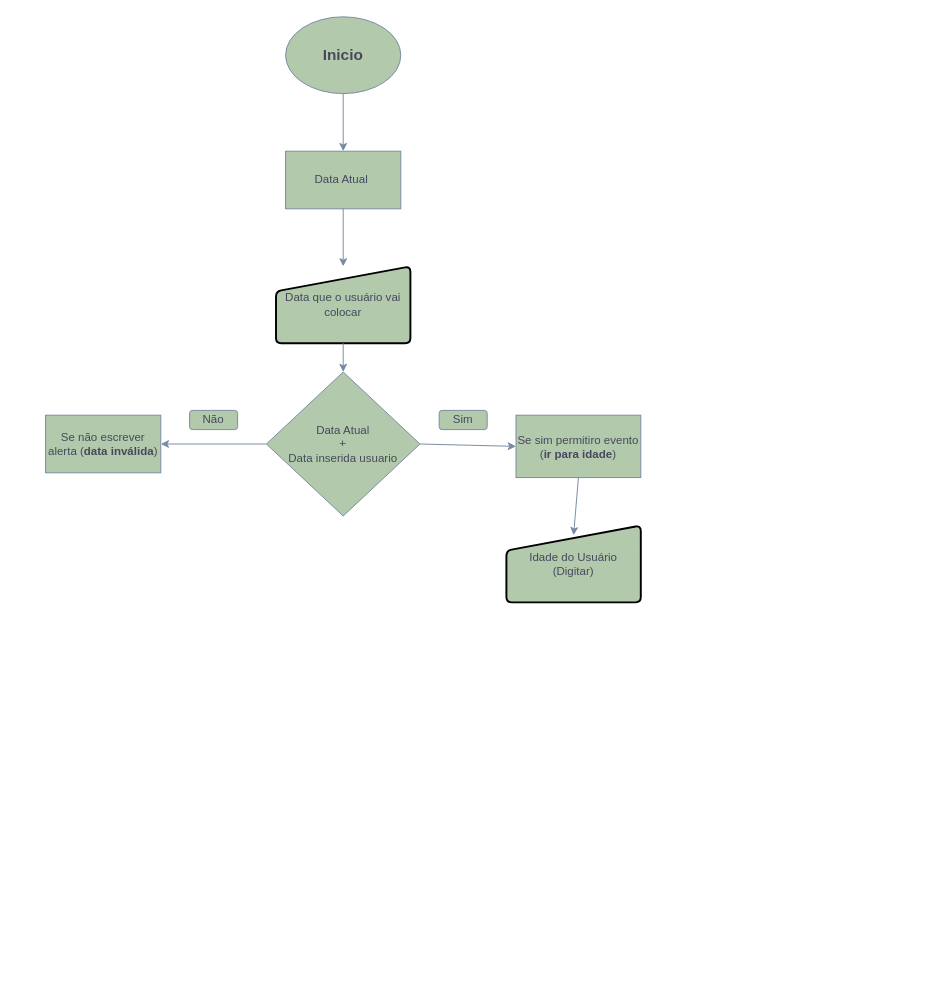
Above: Diagrama sem nome.drawio in lrlacerda/Desenvolvimento-de-algoritmo-UC8 (draw.io), before the change. Source tidied: cells renumbered, new cells numbered last; positions are measured from the earlier drawing's top-left corner, leaving out a move shared by most shapes. Both pictures are drawn from the tidied source at 96%, with x=0, y=0 at pixel (45, 16).
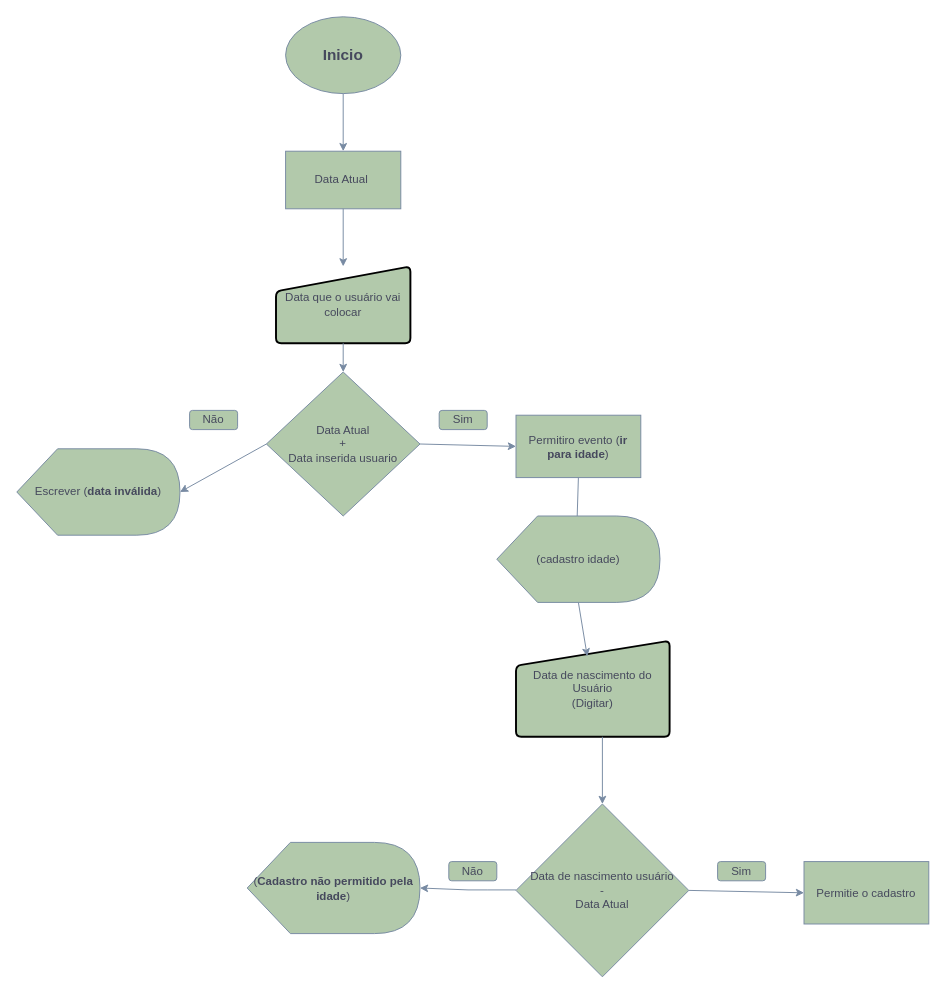
After the change.

Unchanged cells that the change refers to:
```xml
<mxCell id="7" value="Data Atual&lt;br&gt;+&lt;br&gt;Data inserida usuario" style="rhombus;whiteSpace=wrap;html=1;fontColor=#46495D;strokeColor=#788AA3;fillColor=#B2C9AB;" parent="1" vertex="1">
  <mxGeometry x="230" y="370" width="160" height="150" as="geometry" />
</mxCell>
```

Diff of the diagram source:
```diff
@@
-    <mxCell id="9" value="Se sim permitiro evento (&lt;b&gt;ir para idade&lt;/b&gt;)" style="rounded=0;whiteSpace=wrap;html=1;fontColor=#46495D;strokeColor=#788AA3;fillColor=#B2C9AB;" parent="1" vertex="1">
+    <mxCell id="9" value="Permitiro evento (&lt;b&gt;ir para idade&lt;/b&gt;)" style="rounded=0;whiteSpace=wrap;html=1;fontColor=#46495D;strokeColor=#788AA3;fillColor=#B2C9AB;" parent="1" vertex="1">
       <mxGeometry x="490" y="415" width="130" height="65" as="geometry" />
     </mxCell>
@@
-    <mxCell id="11" value="Se não escrever alerta (&lt;b&gt;data inválida&lt;/b&gt;)" style="rounded=0;whiteSpace=wrap;html=1;fontColor=#46495D;strokeColor=#788AA3;fillColor=#B2C9AB;" parent="1" vertex="1">
-      <mxGeometry y="415" width="120" height="60" as="geometry" />
-    </mxCell>
-    <mxCell id="12" style="endArrow=classic;html=1;rounded=0;fontColor=#46495D;strokeColor=#788AA3;fillColor=#B2C9AB;entryX=1;entryY=0.5;entryDx=0;entryDy=0;exitX=0;exitY=0.5;exitDx=0;exitDy=0;" parent="1" edge="1" source="7" target="11">
+    <mxCell id="12" style="endArrow=classic;html=1;rounded=0;fontColor=#46495D;strokeColor=#788AA3;fillColor=#B2C9AB;entryX=1;entryY=0.5;entryDx=0;entryDy=0;exitX=0;exitY=0.5;exitDx=0;exitDy=0;entryPerimeter=0;" parent="1" edge="1" source="7" target="19">
       <mxGeometry relative="1" as="geometry" />
     </mxCell>
@@
-    <mxCell id="15" value="Idade do Usuário&lt;br&gt;(Digitar)" style="html=1;strokeWidth=2;shape=manualInput;whiteSpace=wrap;rounded=1;size=26;arcSize=11;fontColor=#46495D;fillColor=#B2C9AB;" parent="1" vertex="1">
-      <mxGeometry x="480" y="530" width="140" height="80" as="geometry" />
+    <mxCell id="15" value="Data de nascimento do Usuário&lt;br&gt;(Digitar)" style="html=1;strokeWidth=2;shape=manualInput;whiteSpace=wrap;rounded=1;size=26;arcSize=11;fontColor=#46495D;fillColor=#B2C9AB;" parent="1" vertex="1">
+      <mxGeometry x="490" y="650" width="160" height="100" as="geometry" />
     </mxCell>
-    <mxCell id="16" style="endArrow=classic;html=1;rounded=0;fontColor=#46495D;strokeColor=#788AA3;fillColor=#B2C9AB;exitX=0.5;exitY=1;exitDx=0;exitDy=0;" parent="1" edge="1" source="9">
-      <mxGeometry relative="1" as="geometry">
-        <mxPoint x="550" y="540" as="targetPoint" />
-      </mxGeometry>
+    <mxCell id="16" style="endArrow=classic;html=1;rounded=0;fontColor=#46495D;strokeColor=#788AA3;fillColor=#B2C9AB;exitX=0.5;exitY=1;exitDx=0;exitDy=0;entryX=0.464;entryY=0.163;entryDx=0;entryDy=0;entryPerimeter=0;startArrow=none;" parent="1" edge="1" source="20" target="15">
+      <mxGeometry relative="1" as="geometry" />
     </mxCell>
+    <mxCell id="17" value="Data de nascimento usuário&lt;br&gt;-&lt;br&gt;Data Atual" style="rhombus;whiteSpace=wrap;html=1;fontColor=#46495D;strokeColor=#788AA3;fillColor=#B2C9AB;" parent="1" vertex="1">
+      <mxGeometry x="490" y="820" width="180" height="180" as="geometry" />
+    </mxCell>
+    <mxCell id="18" style="endArrow=classic;html=1;rounded=0;fontColor=#46495D;strokeColor=#788AA3;fillColor=#B2C9AB;entryX=0.5;entryY=0;entryDx=0;entryDy=0;" parent="1" edge="1" target="17">
+      <mxGeometry relative="1" as="geometry">
+        <mxPoint x="580" y="750" as="sourcePoint" />
+      </mxGeometry>
+    </mxCell>
+    <mxCell id="19" value="Escrever (&lt;b&gt;data inválida&lt;/b&gt;)" style="shape=display;whiteSpace=wrap;html=1;fontColor=#46495D;strokeColor=#788AA3;fillColor=#B2C9AB;" parent="1" vertex="1">
+      <mxGeometry x="-30" y="450" width="170" height="90" as="geometry" />
+    </mxCell>
+    <mxCell id="20" value="(cadastro idade)" style="shape=display;whiteSpace=wrap;html=1;fontColor=#46495D;strokeColor=#788AA3;fillColor=#B2C9AB;" parent="1" vertex="1">
+      <mxGeometry x="470" y="520" width="170" height="90" as="geometry" />
+    </mxCell>
+    <mxCell id="21" style="endArrow=none;html=1;rounded=0;fontColor=#46495D;strokeColor=#788AA3;fillColor=#B2C9AB;exitX=0.5;exitY=1;exitDx=0;exitDy=0;entryX=0;entryY=0;entryDx=83.75;entryDy=0;entryPerimeter=0;" parent="1" edge="1" source="9" target="20">
+      <mxGeometry relative="1" as="geometry" />
+    </mxCell>
+    <mxCell id="22" style="endArrow=classic;html=1;rounded=0;fontColor=#46495D;strokeColor=#788AA3;fillColor=#B2C9AB;entryX=1;entryY=0.5;entryDx=0;entryDy=0;entryPerimeter=0;" parent="1" edge="1" target="24">
+      <mxGeometry relative="1" as="geometry">
+        <mxPoint x="490" y="909.5" as="sourcePoint" />
+        <Array as="points">
+          <mxPoint x="460" y="909.5" />
+          <mxPoint x="440" y="909.5" />
+        </Array>
+      </mxGeometry>
+    </mxCell>
+    <mxCell id="23" value="Não" style="rounded=1;whiteSpace=wrap;html=1;fontColor=#46495D;strokeColor=#788AA3;fillColor=#B2C9AB;" parent="1" vertex="1">
+      <mxGeometry x="420" y="880" width="50" height="20" as="geometry" />
+    </mxCell>
+    <mxCell id="24" value="(&lt;b&gt;Cadastro não permitido pela idade&lt;/b&gt;)" style="shape=display;whiteSpace=wrap;html=1;fontColor=#46495D;strokeColor=#788AA3;fillColor=#B2C9AB;" parent="1" vertex="1">
+      <mxGeometry x="210" y="860" width="180" height="95" as="geometry" />
+    </mxCell>
+    <mxCell id="25" style="endArrow=classic;html=1;rounded=0;fontColor=#46495D;strokeColor=#788AA3;fillColor=#B2C9AB;entryX=0;entryY=0.5;entryDx=0;entryDy=0;" parent="1" edge="1" target="27">
+      <mxGeometry relative="1" as="geometry">
+        <mxPoint x="670" y="910" as="sourcePoint" />
+      </mxGeometry>
+    </mxCell>
+    <mxCell id="26" value="Sim" style="rounded=1;whiteSpace=wrap;html=1;fontColor=#46495D;strokeColor=#788AA3;fillColor=#B2C9AB;" parent="1" vertex="1">
+      <mxGeometry x="700" y="880" width="50" height="20" as="geometry" />
+    </mxCell>
+    <mxCell id="27" value="Permitie o cadastro" style="rounded=0;whiteSpace=wrap;html=1;fontColor=#46495D;strokeColor=#788AA3;fillColor=#B2C9AB;" parent="1" vertex="1">
+      <mxGeometry x="790" y="880" width="130" height="65" as="geometry" />
+    </mxCell>
```
